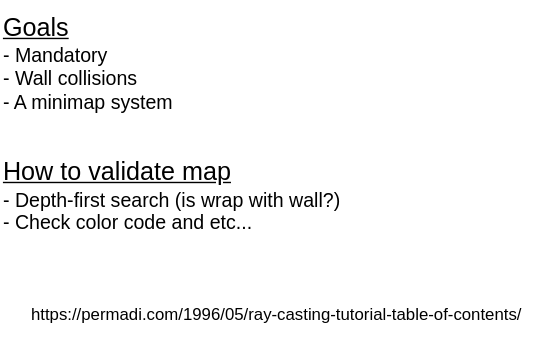
Above: cub.drawio.svg in jizots/cub3d (draw.io), before the change. Source tidied: cells renumbered, new cells last; positions are measured from the earlier drawing's top-left corner, leaving out a move shared by most shapes.
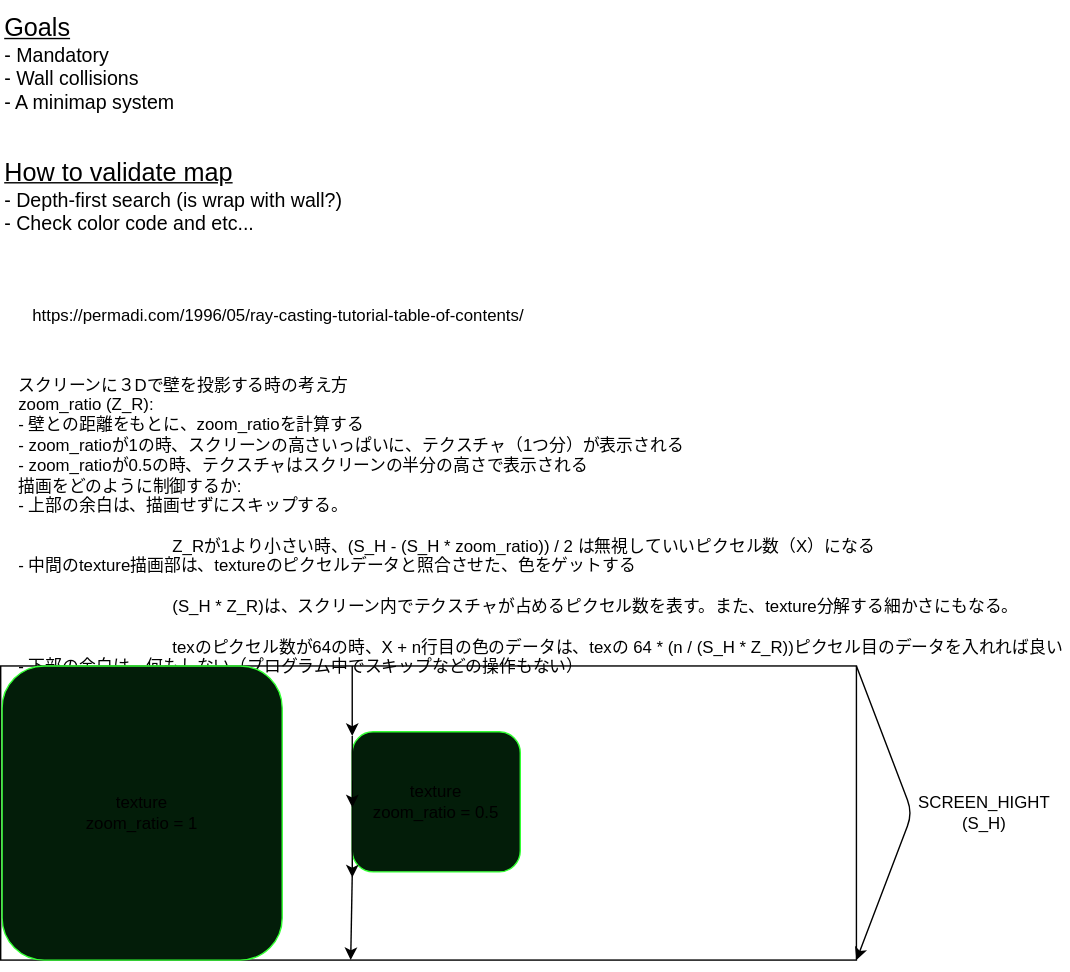
After the commit.

What changed in the source:
```diff
@@ -11,5 +11,50 @@
     <mxCell id="4" value="https://permadi.com/1996/05/ray-casting-tutorial-table-of-contents/" style="text;html=1;align=left;verticalAlign=middle;strokeColor=none;fillColor=none;" parent="1" vertex="1">
       <mxGeometry x="20" y="210" width="370" height="30" as="geometry" />
     </mxCell>
+    <mxCell id="5" style="whiteSpace=wrap;html=1;" parent="1" vertex="1">
+      <mxGeometry x="-1" y="475" width="611" height="210" as="geometry" />
+    </mxCell>
+    <mxCell id="6" value="スクリーンに３Dで壁を投影する時の考え方&lt;br&gt;zoom_ratio (Z_R):&amp;nbsp;&lt;br&gt;- 壁との距離をもとに、zoom_ratioを計算する&lt;br&gt;- zoom_ratioが1の時、スクリーンの高さいっぱいに、テクスチャ（1つ分）が表示される&lt;br&gt;- zoom_ratioが0.5の時、テクスチャはスクリーンの半分の高さで表示される&lt;br&gt;描画をどのように制御するか:&lt;br&gt;- 上部の余白は、描画せずにスキップする。&lt;br&gt;&lt;span style=&quot;white-space: pre;&quot;&gt;&#9;&lt;/span&gt;Z_Rが1より小さい時、(S_H - (S_H * zoom_ratio)) / 2 は無視していいピクセル数（X）になる&lt;br&gt;- 中間のtexture描画部は、textureのピクセルデータと照合させた、色をゲットする&lt;br&gt;&lt;span style=&quot;white-space: pre;&quot;&gt;&#9;&lt;/span&gt;(S_H * Z_R)は、スクリーン内でテクスチャが占めるピクセル数を表す。また、texture分解する細かさにもなる。&lt;br&gt;&lt;span style=&quot;white-space: pre;&quot;&gt;&#9;&lt;/span&gt;texのピクセル数が64の時、X + n行目の色のデータは、texの 64 * (n / (S_H * Z_R))ピクセル目のデータを入れれば良い&lt;br&gt;- 下部の余白は、何もしない（プログラム中でスキップなどの操作もない）" style="text;html=1;align=left;verticalAlign=middle;strokeColor=none;fillColor=none;" parent="1" vertex="1">
+      <mxGeometry x="10" y="280" width="680" height="190" as="geometry" />
+    </mxCell>
+    <mxCell id="7" value="texture&lt;br&gt;zoom_ratio = 1" style="rounded=1;whiteSpace=wrap;html=1;fillColor=#031D09;strokeColor=#33FF33;" parent="1" vertex="1">
+      <mxGeometry y="475" width="200" height="210" as="geometry" />
+    </mxCell>
+    <mxCell id="8" value="texture&lt;br&gt;zoom_ratio = 0.5" style="rounded=1;whiteSpace=wrap;html=1;fillColor=#031D09;strokeColor=#33FF33;" parent="1" vertex="1">
+      <mxGeometry x="250" y="522" width="120" height="100" as="geometry" />
+    </mxCell>
+    <mxCell id="9" style="edgeStyle=none;orthogonalLoop=1;jettySize=auto;html=1;" parent="1" edge="1">
+      <mxGeometry relative="1" as="geometry">
+        <mxPoint x="250" y="475" as="sourcePoint" />
+        <mxPoint x="250" y="525" as="targetPoint" />
+      </mxGeometry>
+    </mxCell>
+    <mxCell id="10" style="edgeStyle=none;orthogonalLoop=1;jettySize=auto;html=1;entryX=0.167;entryY=0.009;entryDx=0;entryDy=0;entryPerimeter=0;" parent="1" edge="1">
+      <mxGeometry relative="1" as="geometry">
+        <mxPoint x="250" y="525" as="sourcePoint" />
+        <mxPoint x="250" y="576" as="targetPoint" />
+      </mxGeometry>
+    </mxCell>
+    <mxCell id="11" style="edgeStyle=none;orthogonalLoop=1;jettySize=auto;html=1;entryX=0.167;entryY=0.009;entryDx=0;entryDy=0;entryPerimeter=0;" parent="1" edge="1">
+      <mxGeometry relative="1" as="geometry">
+        <mxPoint x="250" y="575" as="sourcePoint" />
+        <mxPoint x="250" y="626" as="targetPoint" />
+      </mxGeometry>
+    </mxCell>
+    <mxCell id="12" style="edgeStyle=none;jettySize=auto;html=1;entryX=0.409;entryY=1;entryDx=0;entryDy=0;entryPerimeter=0;" parent="1" edge="1" target="5">
+      <mxGeometry relative="1" as="geometry">
+        <mxPoint x="250" y="625" as="sourcePoint" />
+      </mxGeometry>
+    </mxCell>
+    <mxCell id="13" style="edgeStyle=none;orthogonalLoop=1;jettySize=auto;html=1;exitX=1;exitY=0;exitDx=0;exitDy=0;exitPerimeter=0;entryX=1;entryY=1;entryDx=0;entryDy=0;" parent="1" edge="1" source="5" target="5">
+      <mxGeometry relative="1" as="geometry">
+        <Array as="points">
+          <mxPoint x="650" y="580" />
+        </Array>
+      </mxGeometry>
+    </mxCell>
+    <mxCell id="14" value="SCREEN_HIGHT&lt;br&gt;(S_H)" style="text;html=1;align=center;verticalAlign=middle;strokeColor=none;fillColor=none;" parent="1" vertex="1">
+      <mxGeometry x="641" y="560" width="120" height="40" as="geometry" />
+    </mxCell>
   </root>
 </mxGraphModel>
```
